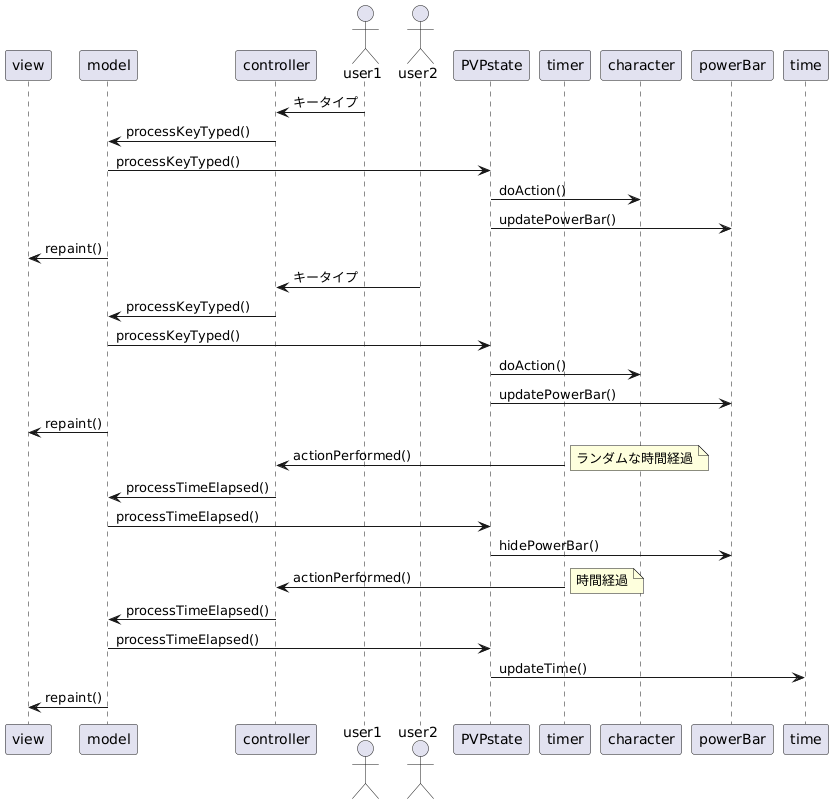
This is class-design/PVE.png from KIKUSAN333/ArmWrestlingGame, a PlantUML export, as it was before one commit. Its diagram source:
```plantuml
@startuml
participant view
participant model


participant controller
actor user1
actor user2
participant PVPstate

participant timer

participant character

participant powerBar
participant time


user1 -> controller: キータイプ
controller -> model: processKeyTyped()
model -> PVPstate : processKeyTyped()
PVPstate -> character:doAction()
PVPstate -> powerBar:updatePowerBar()
model -> view: repaint()


user2 -> controller: キータイプ
controller -> model: processKeyTyped()
model -> PVPstate : processKeyTyped()
PVPstate -> character:doAction()
PVPstate -> powerBar:updatePowerBar()
model -> view: repaint()


timer -> controller :actionPerformed()
note right: ランダムな時間経過

controller -> model: processTimeElapsed()

model -> PVPstate: processTimeElapsed()
PVPstate -> powerBar : hidePowerBar()



timer -> controller: actionPerformed()
note right: 時間経過

controller -> model: processTimeElapsed()

model -> PVPstate: processTimeElapsed()
PVPstate -> time: updateTime()


model -> view: repaint()
@enduml
```
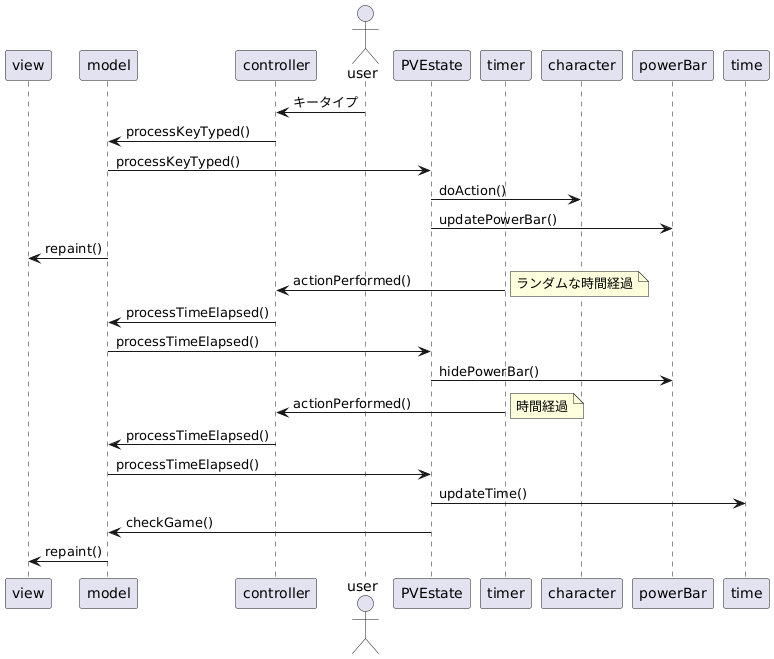
The same file after the commit.

What changed in the source:
```diff
@@ -4,9 +4,8 @@
 
 
 participant controller
-actor user1
-actor user2
-participant PVPstate
+actor user
+participant PVEstate
 
 participant timer
 
@@ -16,20 +15,19 @@
 participant time
 
 
-user1 -> controller: キータイプ
+user -> controller: キータイプ
 controller -> model: processKeyTyped()
-model -> PVPstate : processKeyTyped()
-PVPstate -> character:doAction()
-PVPstate -> powerBar:updatePowerBar()
+
+
+model -> PVEstate : processKeyTyped()
+PVEstate -> character:doAction()
+PVEstate -> powerBar:updatePowerBar()
+
+
+
 model -> view: repaint()
 
 
-user2 -> controller: キータイプ
-controller -> model: processKeyTyped()
-model -> PVPstate : processKeyTyped()
-PVPstate -> character:doAction()
-PVPstate -> powerBar:updatePowerBar()
-model -> view: repaint()
 
 
 timer -> controller :actionPerformed()
@@ -37,8 +35,8 @@
 
 controller -> model: processTimeElapsed()
 
-model -> PVPstate: processTimeElapsed()
-PVPstate -> powerBar : hidePowerBar()
+model -> PVEstate: processTimeElapsed()
+PVEstate -> powerBar : hidePowerBar()
 
 
 
@@ -47,9 +45,11 @@
 
 controller -> model: processTimeElapsed()
 
-model -> PVPstate: processTimeElapsed()
-PVPstate -> time: updateTime()
+model -> PVEstate: processTimeElapsed()
+PVEstate -> time: updateTime()
+PVEstate -> model : checkGame()
 
 
 model -> view: repaint()
+
 @enduml
```
